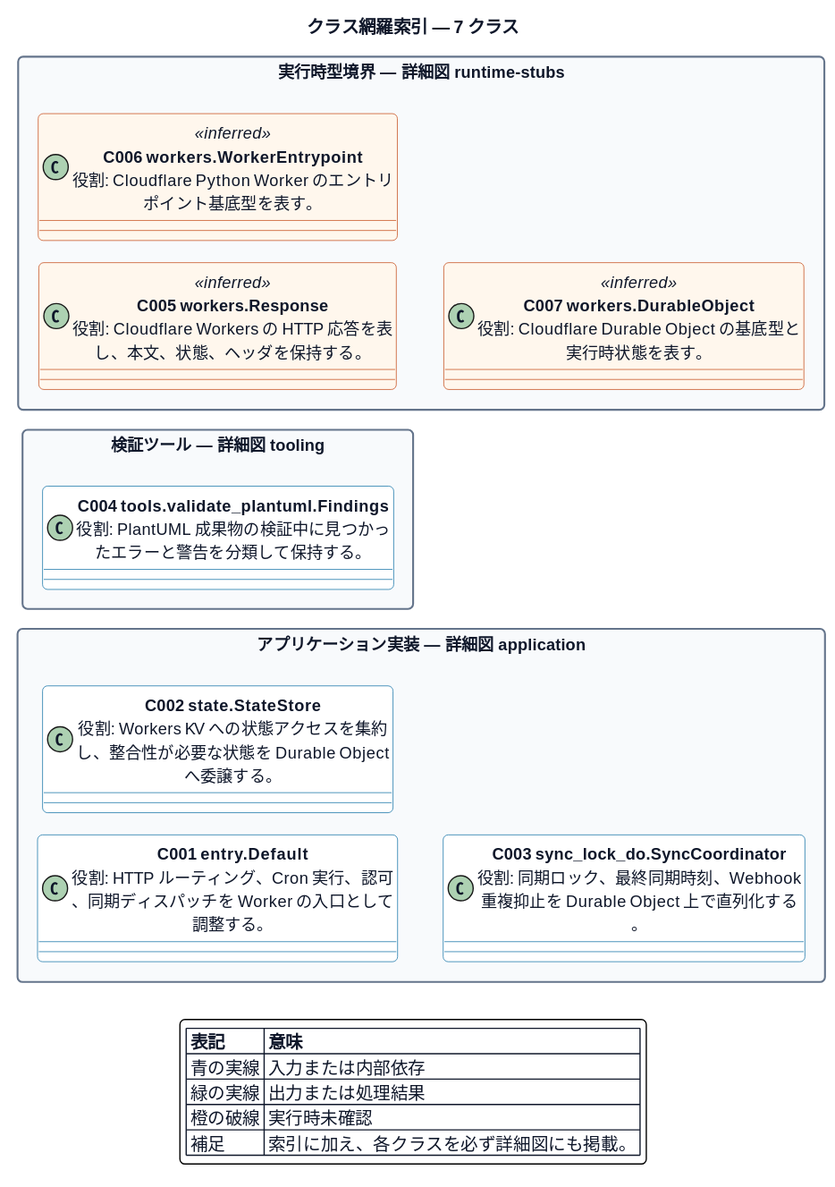
ichipiro/IE_Event_Bot keeps this PlantUML diagram as docs/architecture/plantuml/rendered/classes/00-class-index.svg. Above is the earlier version. Source of this version:
```plantuml
@startuml
!include ../_shared/style.puml
title クラス網羅索引 — 7 クラス
!pragma layout smetana
left to right direction
package "アプリケーション実装 — 詳細図 application" {
  class "<b>C001 entry.Default</b>\n役割: HTTP ルーティング、Cron 実行、認可、同期ディスパッチを Worker の入口として調整する。" as C001
  class "<b>C002 state.StateStore</b>\n役割: Workers KV への状態アクセスを集約し、整合性が必要な状態を Durable Object へ委譲する。" as C002
  class "<b>C003 sync_lock_do.SyncCoordinator</b>\n役割: 同期ロック、最終同期時刻、Webhook 重複抑止を Durable Object 上で直列化する。" as C003
}
package "検証ツール — 詳細図 tooling" {
  class "<b>C004 tools.validate_plantuml.Findings</b>\n役割: PlantUML 成果物の検証中に見つかったエラーと警告を分類して保持する。" as C004
}
package "実行時型境界 — 詳細図 runtime-stubs" {
  class "<b>C005 workers.Response</b>\n役割: Cloudflare Workers の HTTP 応答を表し、本文、状態、ヘッダを保持する。" as C005 <<inferred>>
  class "<b>C006 workers.WorkerEntrypoint</b>\n役割: Cloudflare Python Worker のエントリポイント基底型を表す。" as C006 <<inferred>>
  class "<b>C007 workers.DurableObject</b>\n役割: Cloudflare Durable Object の基底型と実行時状態を表す。" as C007 <<inferred>>
}
legend bottom
  |= 表記 |= 意味 |
  | 青の実線 | 入力または内部依存 |
  | 緑の実線 | 出力または処理結果 |
  | 橙の破線 | 実行時未確認 |
  | 補足 | 索引に加え、各クラスを必ず詳細図にも掲載。 |
endlegend
@enduml
```
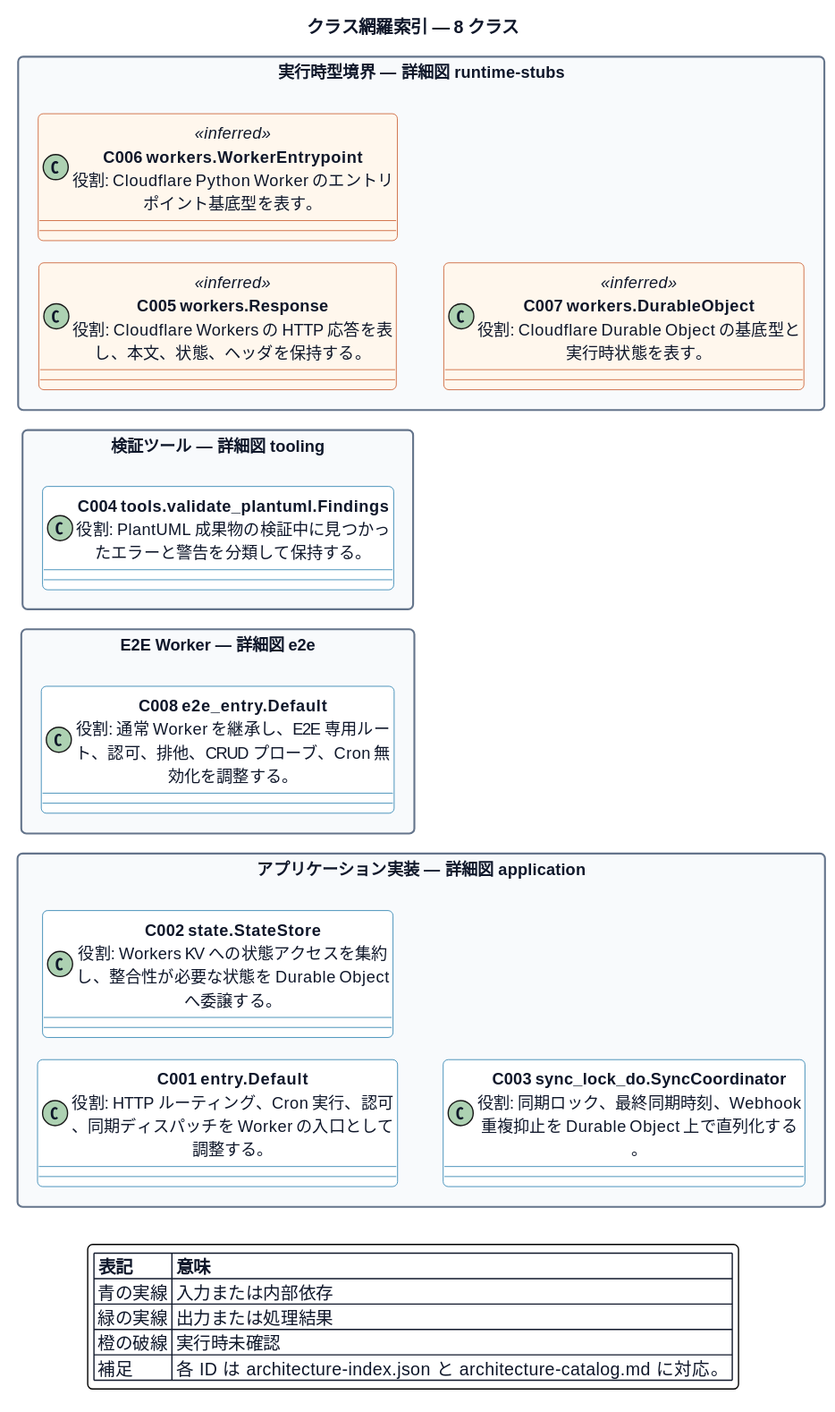
Later version of the same file.

The edit, as a diff of the source:
```diff
@@ -1,12 +1,15 @@
 @startuml
 !include ../_shared/style.puml
-title クラス網羅索引 — 7 クラス
+title クラス網羅索引 — 8 クラス
 !pragma layout smetana
 left to right direction
 package "アプリケーション実装 — 詳細図 application" {
   class "<b>C001 entry.Default</b>\n役割: HTTP ルーティング、Cron 実行、認可、同期ディスパッチを Worker の入口として調整する。" as C001
   class "<b>C002 state.StateStore</b>\n役割: Workers KV への状態アクセスを集約し、整合性が必要な状態を Durable Object へ委譲する。" as C002
   class "<b>C003 sync_lock_do.SyncCoordinator</b>\n役割: 同期ロック、最終同期時刻、Webhook 重複抑止を Durable Object 上で直列化する。" as C003
+}
+package "E2E Worker — 詳細図 e2e" {
+  class "<b>C008 e2e_entry.Default</b>\n役割: 通常 Worker を継承し、E2E 専用ルート、認可、排他、CRUD プローブ、Cron 無効化を調整する。" as C008
 }
 package "検証ツール — 詳細図 tooling" {
   class "<b>C004 tools.validate_plantuml.Findings</b>\n役割: PlantUML 成果物の検証中に見つかったエラーと警告を分類して保持する。" as C004
@@ -21,6 +24,6 @@
   | 青の実線 | 入力または内部依存 |
   | 緑の実線 | 出力または処理結果 |
   | 橙の破線 | 実行時未確認 |
-  | 補足 | 索引に加え、各クラスを必ず詳細図にも掲載。 |
+  | 補足 | 各 ID は architecture-index.json と architecture-catalog.md に対応。 |
 endlegend
 @enduml
```
